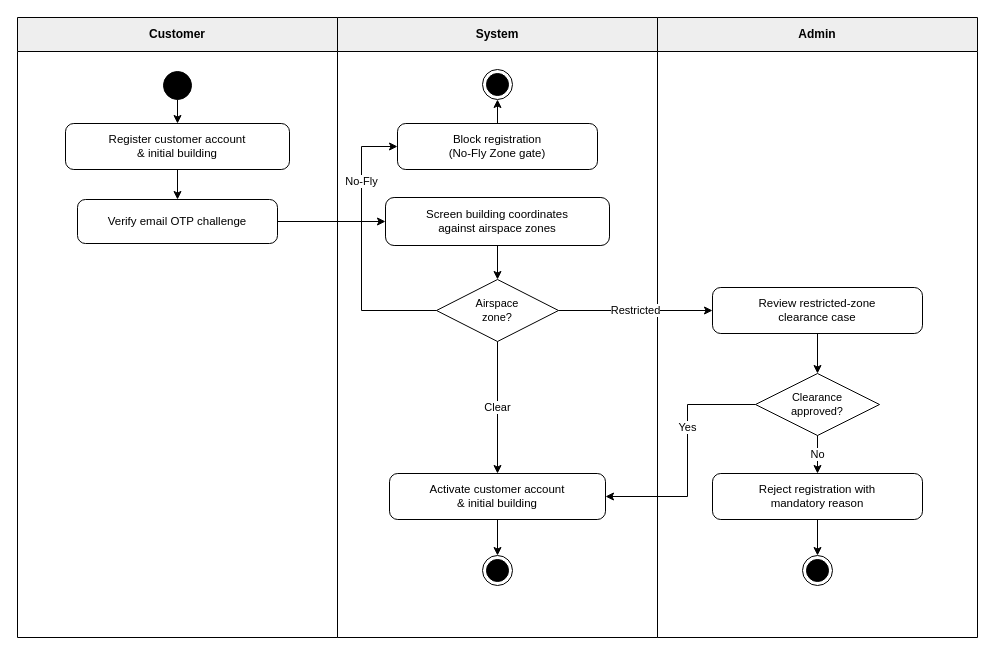
tungbach12/SmartDroneInspection-Docs keeps this draw.io diagram as page "MF1A - Customer Onboarding" (1 of 5) of diagrams/smartdrone-activity-diagrams.drawio. Above is the earlier version. Source tidied: cells renumbered, new cells numbered last; positions are measured from the earlier drawing's top-left corner, leaving out a move shared by most shapes. Both pictures are drawn from the tidied source at 100%, with x=0, y=0 at pixel (17, 17).
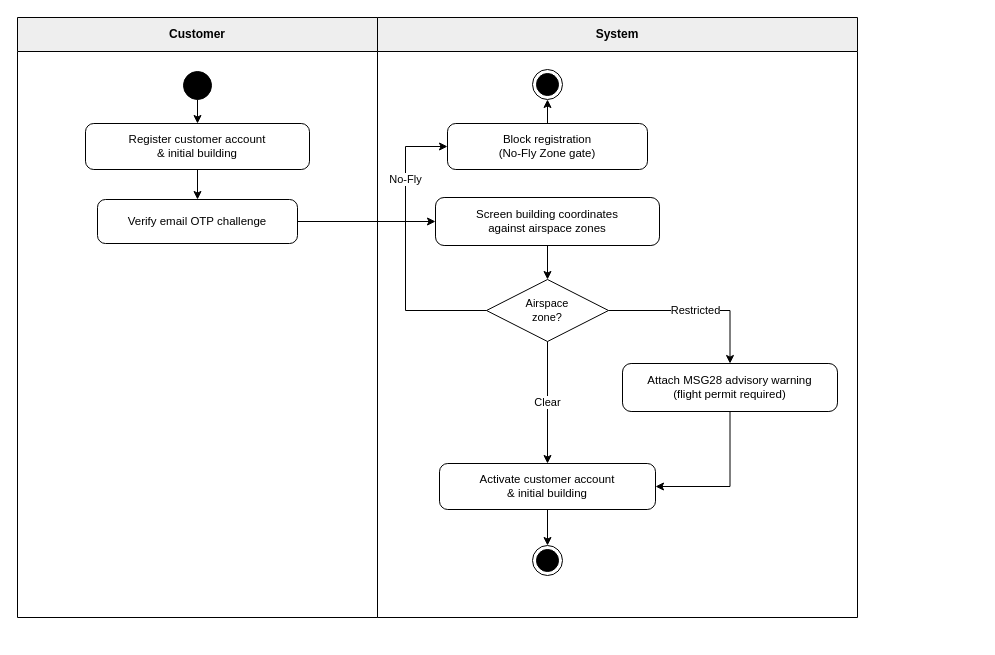
The same page after the edit.

The edit, as a diff of the source:
```diff
@@
     <mxCell id="2" value="Customer" style="swimlane;whiteSpace=wrap;html=1;startSize=34;fillColor=#EEEEEE;swimlaneFillColor=#FFFFFF;strokeColor=#000000;strokeWidth=1;fontColor=#000000;fontStyle=1;fontSize=12;fontFamily=Helvetica;" parent="1" vertex="1">
-      <mxGeometry width="320" height="620" as="geometry" />
+      <mxGeometry width="360" height="600" as="geometry" />
     </mxCell>
     <mxCell id="3" value="System" style="swimlane;whiteSpace=wrap;html=1;startSize=34;fillColor=#EEEEEE;swimlaneFillColor=#FFFFFF;strokeColor=#000000;strokeWidth=1;fontColor=#000000;fontStyle=1;fontSize=12;fontFamily=Helvetica;" parent="1" vertex="1">
-      <mxGeometry x="320" width="320" height="620" as="geometry" />
+      <mxGeometry x="360" width="480" height="600" as="geometry" />
     </mxCell>
-    <mxCell id="4" value="Admin" style="swimlane;whiteSpace=wrap;html=1;startSize=34;fillColor=#EEEEEE;swimlaneFillColor=#FFFFFF;strokeColor=#000000;strokeWidth=1;fontColor=#000000;fontStyle=1;fontSize=12;fontFamily=Helvetica;" parent="1" vertex="1">
-      <mxGeometry x="640" width="320" height="620" as="geometry" />
-    </mxCell>
     <mxCell id="5" style="ellipse;whiteSpace=wrap;html=1;fillColor=#000000;strokeColor=#000000;strokeWidth=1;" parent="1" vertex="1">
-      <mxGeometry x="146" y="54" width="28" height="28" as="geometry" />
+      <mxGeometry x="166" y="54" width="28" height="28" as="geometry" />
     </mxCell>
     <mxCell id="6" value="Register customer account&lt;br&gt;&amp;amp; initial building" style="rounded=1;whiteSpace=wrap;html=1;arcSize=18;fillColor=#FFFFFF;strokeColor=#000000;strokeWidth=1;fontColor=#000000;fontSize=11.5;fontFamily=Helvetica;align=center;verticalAlign=middle;spacingLeft=8;spacingRight=8;" parent="1" vertex="1">
-      <mxGeometry x="48" y="106" width="224" height="46" as="geometry" />
+      <mxGeometry x="68" y="106" width="224" height="46" as="geometry" />
     </mxCell>
     <mxCell id="7" value="Verify email OTP challenge" style="rounded=1;whiteSpace=wrap;html=1;arcSize=18;fillColor=#FFFFFF;strokeColor=#000000;strokeWidth=1;fontColor=#000000;fontSize=11.5;fontFamily=Helvetica;align=center;verticalAlign=middle;spacingLeft=8;spacingRight=8;" parent="1" vertex="1">
-      <mxGeometry x="60" y="182" width="200" height="44" as="geometry" />
+      <mxGeometry x="80" y="182" width="200" height="44" as="geometry" />
     </mxCell>
     <mxCell id="8" value="Block registration&lt;br&gt;(No-Fly Zone gate)" style="rounded=1;whiteSpace=wrap;html=1;arcSize=18;fillColor=#FFFFFF;strokeColor=#000000;strokeWidth=1;fontColor=#000000;fontSize=11.5;fontFamily=Helvetica;align=center;verticalAlign=middle;spacingLeft=8;spacingRight=8;" parent="1" vertex="1">
-      <mxGeometry x="380" y="106" width="200" height="46" as="geometry" />
+      <mxGeometry x="430" y="106" width="200" height="46" as="geometry" />
     </mxCell>
     <mxCell id="9" style="ellipse;shape=endState;whiteSpace=wrap;html=1;fillColor=#000000;strokeColor=#000000;strokeWidth=1;" parent="1" vertex="1">
-      <mxGeometry x="465" y="52" width="30" height="30" as="geometry" />
+      <mxGeometry x="515" y="52" width="30" height="30" as="geometry" />
     </mxCell>
     <mxCell id="10" value="Screen building coordinates&lt;br&gt;against airspace zones" style="rounded=1;whiteSpace=wrap;html=1;arcSize=18;fillColor=#FFFFFF;strokeColor=#000000;strokeWidth=1;fontColor=#000000;fontSize=11.5;fontFamily=Helvetica;align=center;verticalAlign=middle;spacingLeft=8;spacingRight=8;" parent="1" vertex="1">
-      <mxGeometry x="368" y="180" width="224" height="48" as="geometry" />
+      <mxGeometry x="418" y="180" width="224" height="48" as="geometry" />
     </mxCell>
     <mxCell id="11" value="Airspace&lt;br&gt;zone?" style="rhombus;whiteSpace=wrap;html=1;fillColor=#FFFFFF;strokeColor=#000000;strokeWidth=1;fontColor=#000000;fontSize=11;fontFamily=Helvetica;align=center;verticalAlign=middle;" parent="1" vertex="1">
-      <mxGeometry x="419" y="262" width="122" height="62" as="geometry" />
+      <mxGeometry x="469" y="262" width="122" height="62" as="geometry" />
     </mxCell>
-    <mxCell id="12" value="Review restricted-zone&lt;br&gt;clearance case" style="rounded=1;whiteSpace=wrap;html=1;arcSize=18;fillColor=#FFFFFF;strokeColor=#000000;strokeWidth=1;fontColor=#000000;fontSize=11.5;fontFamily=Helvetica;align=center;verticalAlign=middle;spacingLeft=8;spacingRight=8;" parent="1" vertex="1">
-      <mxGeometry x="695" y="270" width="210" height="46" as="geometry" />
+    <mxCell id="12" value="Attach MSG28 advisory warning&lt;br&gt;(flight permit required)" style="rounded=1;whiteSpace=wrap;html=1;arcSize=18;fillColor=#FFFFFF;strokeColor=#000000;strokeWidth=1;fontColor=#000000;fontSize=11.5;fontFamily=Helvetica;align=center;verticalAlign=middle;spacingLeft=8;spacingRight=8;" parent="1" vertex="1">
+      <mxGeometry x="605" y="346" width="215" height="48" as="geometry" />
     </mxCell>
-    <mxCell id="13" value="Clearance&lt;br&gt;approved?" style="rhombus;whiteSpace=wrap;html=1;fillColor=#FFFFFF;strokeColor=#000000;strokeWidth=1;fontColor=#000000;fontSize=11;fontFamily=Helvetica;align=center;verticalAlign=middle;" parent="1" vertex="1">
-      <mxGeometry x="738" y="356" width="124" height="62" as="geometry" />
-    </mxCell>
-    <mxCell id="14" value="Reject registration with&lt;br&gt;mandatory reason" style="rounded=1;whiteSpace=wrap;html=1;arcSize=18;fillColor=#FFFFFF;strokeColor=#000000;strokeWidth=1;fontColor=#000000;fontSize=11.5;fontFamily=Helvetica;align=center;verticalAlign=middle;spacingLeft=8;spacingRight=8;" parent="1" vertex="1">
-      <mxGeometry x="695" y="456" width="210" height="46" as="geometry" />
-    </mxCell>
-    <mxCell id="15" style="ellipse;shape=endState;whiteSpace=wrap;html=1;fillColor=#000000;strokeColor=#000000;strokeWidth=1;" parent="1" vertex="1">
-      <mxGeometry x="785" y="538" width="30" height="30" as="geometry" />
-    </mxCell>
     <mxCell id="16" value="Activate customer account&lt;br&gt;&amp;amp; initial building" style="rounded=1;whiteSpace=wrap;html=1;arcSize=18;fillColor=#FFFFFF;strokeColor=#000000;strokeWidth=1;fontColor=#000000;fontSize=11.5;fontFamily=Helvetica;align=center;verticalAlign=middle;spacingLeft=8;spacingRight=8;" parent="1" vertex="1">
-      <mxGeometry x="372" y="456" width="216" height="46" as="geometry" />
+      <mxGeometry x="422" y="446" width="216" height="46" as="geometry" />
     </mxCell>
     <mxCell id="17" style="ellipse;shape=endState;whiteSpace=wrap;html=1;fillColor=#000000;strokeColor=#000000;strokeWidth=1;" parent="1" vertex="1">
-      <mxGeometry x="465" y="538" width="30" height="30" as="geometry" />
+      <mxGeometry x="515" y="528" width="30" height="30" as="geometry" />
     </mxCell>
@@
     <mxCell id="22" value="No-Fly" style="edgeStyle=orthogonalEdgeStyle;rounded=0;jettySize=auto;html=1;strokeColor=#000000;strokeWidth=1;endArrow=classic;endFill=1;fontColor=#000000;fontSize=11;fontFamily=Helvetica;labelBackgroundColor=#FFFFFF;exitX=0;exitY=0.5;exitDx=0;exitDy=0;entryX=0;entryY=0.5;entryDx=0;entryDy=0;" parent="1" edge="1" source="11" target="8">
       <mxGeometry x="0.48" relative="1" as="geometry">
         <Array as="points">
-          <mxPoint x="344" y="293" />
-          <mxPoint x="344" y="129" />
+          <mxPoint x="388" y="293" />
+          <mxPoint x="388" y="129" />
         </Array>
       </mxGeometry>
     </mxCell>
@@
-    <mxCell id="25" value="Restricted" style="edgeStyle=orthogonalEdgeStyle;rounded=0;jettySize=auto;html=1;strokeColor=#000000;strokeWidth=1;endArrow=classic;endFill=1;fontColor=#000000;fontSize=11;fontFamily=Helvetica;labelBackgroundColor=#FFFFFF;exitX=1;exitY=0.5;exitDx=0;exitDy=0;entryX=0;entryY=0.5;entryDx=0;entryDy=0;" parent="1" edge="1" source="11" target="12">
+    <mxCell id="25" value="Restricted" style="edgeStyle=orthogonalEdgeStyle;rounded=0;jettySize=auto;html=1;strokeColor=#000000;strokeWidth=1;endArrow=classic;endFill=1;fontColor=#000000;fontSize=11;fontFamily=Helvetica;labelBackgroundColor=#FFFFFF;exitX=1;exitY=0.5;exitDx=0;exitDy=0;entryX=0.5;entryY=0;entryDx=0;entryDy=0;" parent="1" edge="1" source="11" target="12">
       <mxGeometry relative="1" as="geometry" />
     </mxCell>
-    <mxCell id="26" style="edgeStyle=orthogonalEdgeStyle;rounded=0;jettySize=auto;html=1;strokeColor=#000000;strokeWidth=1;endArrow=classic;endFill=1;fontColor=#000000;fontSize=11;fontFamily=Helvetica;labelBackgroundColor=#FFFFFF;exitX=0.5;exitY=1;exitDx=0;exitDy=0;entryX=0.5;entryY=0;entryDx=0;entryDy=0;" parent="1" edge="1" source="12" target="13">
+    <mxCell id="26" style="edgeStyle=orthogonalEdgeStyle;rounded=0;jettySize=auto;html=1;strokeColor=#000000;strokeWidth=1;endArrow=classic;endFill=1;fontColor=#000000;fontSize=11;fontFamily=Helvetica;labelBackgroundColor=#FFFFFF;exitX=0.5;exitY=1;exitDx=0;exitDy=0;entryX=1;entryY=0.5;entryDx=0;entryDy=0;" parent="1" edge="1" source="12" target="16">
       <mxGeometry relative="1" as="geometry" />
     </mxCell>
-    <mxCell id="27" value="No" style="edgeStyle=orthogonalEdgeStyle;rounded=0;jettySize=auto;html=1;strokeColor=#000000;strokeWidth=1;endArrow=classic;endFill=1;fontColor=#000000;fontSize=11;fontFamily=Helvetica;labelBackgroundColor=#FFFFFF;exitX=0.5;exitY=1;exitDx=0;exitDy=0;entryX=0.5;entryY=0;entryDx=0;entryDy=0;" parent="1" edge="1" source="13" target="14">
-      <mxGeometry relative="1" as="geometry" />
-    </mxCell>
-    <mxCell id="28" style="edgeStyle=orthogonalEdgeStyle;rounded=0;jettySize=auto;html=1;strokeColor=#000000;strokeWidth=1;endArrow=classic;endFill=1;fontColor=#000000;fontSize=11;fontFamily=Helvetica;labelBackgroundColor=#FFFFFF;exitX=0.5;exitY=1;exitDx=0;exitDy=0;entryX=0.5;entryY=0;entryDx=0;entryDy=0;" parent="1" edge="1" source="14" target="15">
-      <mxGeometry relative="1" as="geometry" />
-    </mxCell>
-    <mxCell id="29" value="Yes" style="edgeStyle=orthogonalEdgeStyle;rounded=0;jettySize=auto;html=1;strokeColor=#000000;strokeWidth=1;endArrow=classic;endFill=1;fontColor=#000000;fontSize=11;fontFamily=Helvetica;labelBackgroundColor=#FFFFFF;exitX=0;exitY=0.5;exitDx=0;exitDy=0;entryX=1;entryY=0.5;entryDx=0;entryDy=0;" parent="1" edge="1" source="13" target="16">
-      <mxGeometry x="-0.25" relative="1" as="geometry">
-        <Array as="points">
-          <mxPoint x="670" y="387" />
-          <mxPoint x="670" y="479" />
-        </Array>
-      </mxGeometry>
-    </mxCell>
```
